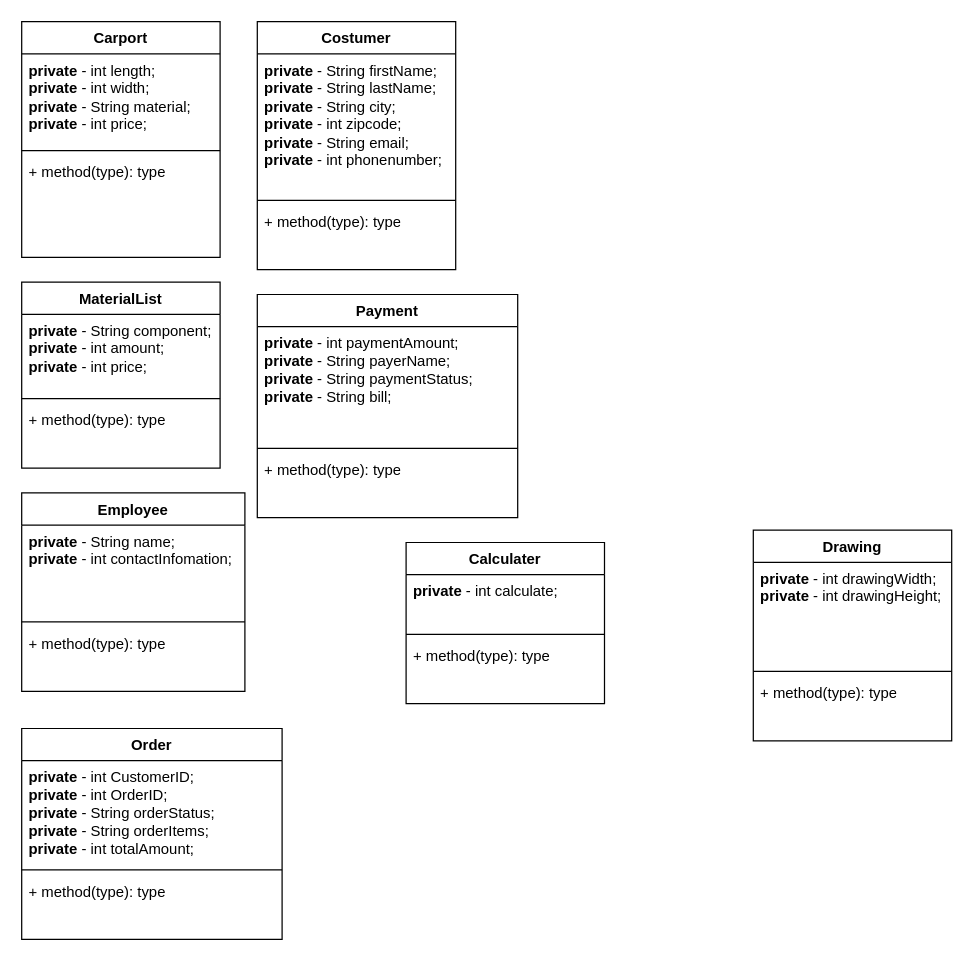
Earlier version of the draw.io diagram src/main/resources/diagrams/class diagram.drawio (RodneyMuyanga/2.-semesterprojekt-FOG). Source tidied: cells renumbered, new cells numbered last; positions are measured from the earlier drawing's top-left corner, leaving out a move shared by most shapes. Both pictures are drawn from the tidied source at 124%, with x=0, y=0 at pixel (21, 21).
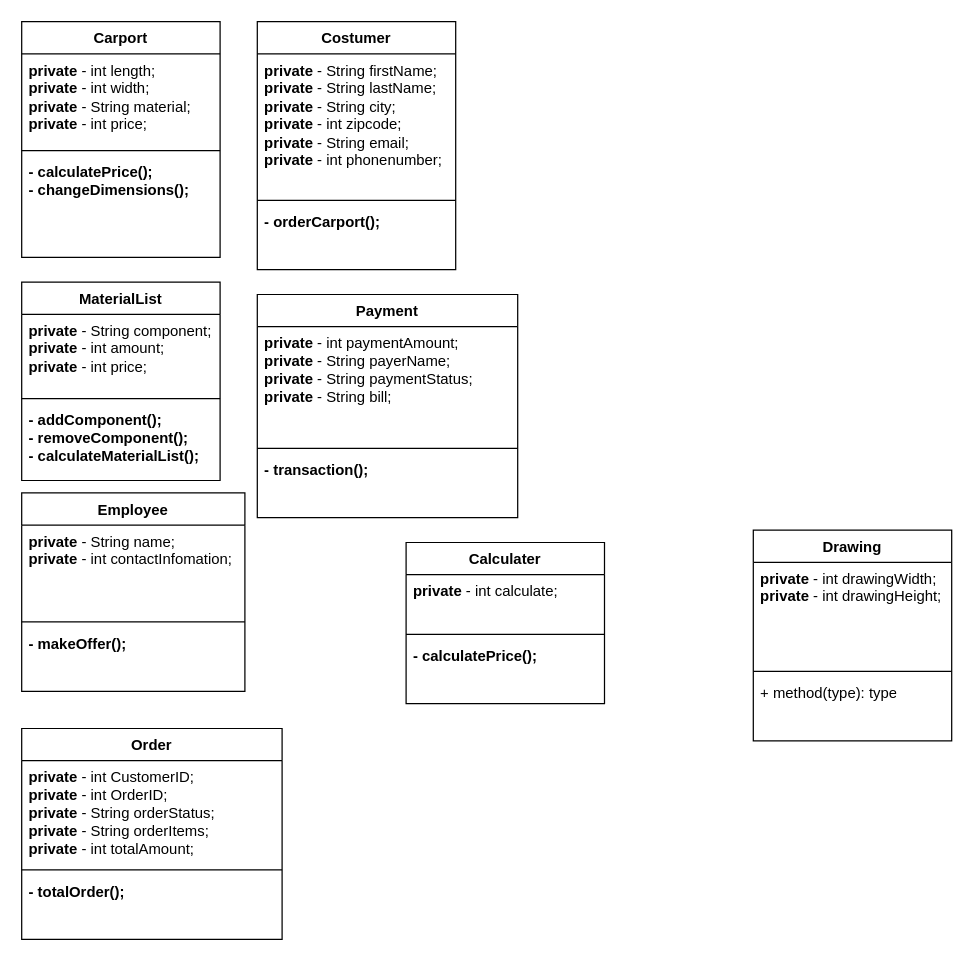
The same diagram, later.

Unchanged cells that the change refers to:
```xml
<mxCell id="2" value="Carport" style="swimlane;fontStyle=1;align=center;verticalAlign=top;horizontal=1;startSize=26;whiteSpace=wrap;html=1;" parent="1" vertex="1">
  <mxGeometry width="160" height="190" as="geometry" />
</mxCell>
<mxCell id="6" value="Costumer" style="swimlane;fontStyle=1;align=center;verticalAlign=top;horizontal=1;startSize=26;whiteSpace=wrap;html=1;" parent="1" vertex="1">
  <mxGeometry x="190" width="160" height="200" as="geometry" />
</mxCell>
<mxCell id="14" value="Payment" style="swimlane;fontStyle=1;align=center;verticalAlign=top;horizontal=1;startSize=26;whiteSpace=wrap;html=1;" parent="1" vertex="1">
  <mxGeometry x="190" y="220" width="210" height="180" as="geometry" />
</mxCell>
<mxCell id="18" value="Calculater" style="swimlane;fontStyle=1;align=center;verticalAlign=top;horizontal=1;startSize=26;whiteSpace=wrap;html=1;" parent="1" vertex="1">
  <mxGeometry x="310" y="420" width="160" height="130" as="geometry" />
</mxCell>
<mxCell id="22" value="Employee" style="swimlane;fontStyle=1;align=center;verticalAlign=top;horizontal=1;startSize=26;whiteSpace=wrap;html=1;" parent="1" vertex="1">
  <mxGeometry y="380" width="180" height="160" as="geometry" />
</mxCell>
<mxCell id="26" value="Order" style="swimlane;fontStyle=1;align=center;verticalAlign=top;horizontal=1;startSize=26;whiteSpace=wrap;html=1;" parent="1" vertex="1">
  <mxGeometry y="570" width="210" height="170" as="geometry" />
</mxCell>
```

What changed in the source:
```diff
@@
-    <mxCell id="5" value="+ method(type): type" style="text;strokeColor=none;fillColor=none;align=left;verticalAlign=top;spacingLeft=4;spacingRight=4;overflow=hidden;whiteSpace=wrap;html=1;" parent="2" vertex="1">
+    <mxCell id="5" value="&lt;div&gt;&lt;b&gt;- calculatePrice();&lt;/b&gt;&lt;/div&gt;&lt;div&gt;&lt;b&gt;- changeDimensions();&lt;br&gt;&lt;/b&gt;&lt;/div&gt;" style="text;strokeColor=none;fillColor=none;align=left;verticalAlign=top;spacingLeft=4;spacingRight=4;overflow=hidden;whiteSpace=wrap;html=1;" parent="2" vertex="1">
       <mxGeometry y="108" width="160" height="82" as="geometry" />
     </mxCell>
@@
-    <mxCell id="9" value="+ method(type): type" style="text;strokeColor=none;fillColor=none;align=left;verticalAlign=top;spacingLeft=4;spacingRight=4;overflow=hidden;whiteSpace=wrap;html=1;" parent="6" vertex="1">
+    <mxCell id="9" value="&lt;b&gt;- orderCarport();&lt;/b&gt;" style="text;strokeColor=none;fillColor=none;align=left;verticalAlign=top;spacingLeft=4;spacingRight=4;overflow=hidden;whiteSpace=wrap;html=1;" parent="6" vertex="1">
       <mxGeometry y="148" width="160" height="52" as="geometry" />
     </mxCell>
     <mxCell id="10" value="MaterialList" style="swimlane;fontStyle=1;align=center;verticalAlign=top;horizontal=1;startSize=26;whiteSpace=wrap;html=1;" parent="1" vertex="1">
-      <mxGeometry y="210" width="160" height="150" as="geometry" />
+      <mxGeometry y="210" width="160" height="160" as="geometry" />
     </mxCell>
@@
-    <mxCell id="13" value="+ method(type): type" style="text;strokeColor=none;fillColor=none;align=left;verticalAlign=top;spacingLeft=4;spacingRight=4;overflow=hidden;whiteSpace=wrap;html=1;" parent="10" vertex="1">
-      <mxGeometry y="98" width="160" height="52" as="geometry" />
+    <mxCell id="13" value="&lt;div&gt;&lt;b&gt;- addComponent();&lt;/b&gt;&lt;/div&gt;&lt;div&gt;&lt;b&gt;- removeComponent();&lt;/b&gt;&lt;/div&gt;&lt;div&gt;&lt;b&gt;- calculateMaterialList();&lt;br&gt;&lt;/b&gt;&lt;/div&gt;&lt;div&gt;&lt;b&gt;&lt;br&gt;&lt;br&gt;&lt;/b&gt;&lt;/div&gt;" style="text;strokeColor=none;fillColor=none;align=left;verticalAlign=top;spacingLeft=4;spacingRight=4;overflow=hidden;whiteSpace=wrap;html=1;" parent="10" vertex="1">
+      <mxGeometry y="98" width="160" height="62" as="geometry" />
     </mxCell>
@@
-    <mxCell id="17" value="+ method(type): type" style="text;strokeColor=none;fillColor=none;align=left;verticalAlign=top;spacingLeft=4;spacingRight=4;overflow=hidden;whiteSpace=wrap;html=1;" parent="14" vertex="1">
+    <mxCell id="17" value="&lt;b&gt;- transaction();&lt;br&gt;&lt;/b&gt;" style="text;strokeColor=none;fillColor=none;align=left;verticalAlign=top;spacingLeft=4;spacingRight=4;overflow=hidden;whiteSpace=wrap;html=1;" parent="14" vertex="1">
       <mxGeometry y="128" width="210" height="52" as="geometry" />
     </mxCell>
@@
-    <mxCell id="21" value="+ method(type): type" style="text;strokeColor=none;fillColor=none;align=left;verticalAlign=top;spacingLeft=4;spacingRight=4;overflow=hidden;whiteSpace=wrap;html=1;" parent="18" vertex="1">
+    <mxCell id="21" value="&lt;b&gt;- calculatePrice();&lt;br&gt;&lt;/b&gt;" style="text;strokeColor=none;fillColor=none;align=left;verticalAlign=top;spacingLeft=4;spacingRight=4;overflow=hidden;whiteSpace=wrap;html=1;" parent="18" vertex="1">
       <mxGeometry y="78" width="160" height="52" as="geometry" />
     </mxCell>
@@
-    <mxCell id="25" value="+ method(type): type" style="text;strokeColor=none;fillColor=none;align=left;verticalAlign=top;spacingLeft=4;spacingRight=4;overflow=hidden;whiteSpace=wrap;html=1;" parent="22" vertex="1">
+    <mxCell id="25" value="&lt;b&gt;- makeOffer();&lt;br&gt;&lt;/b&gt;" style="text;strokeColor=none;fillColor=none;align=left;verticalAlign=top;spacingLeft=4;spacingRight=4;overflow=hidden;whiteSpace=wrap;html=1;" parent="22" vertex="1">
       <mxGeometry y="108" width="180" height="52" as="geometry" />
     </mxCell>
@@
-    <mxCell id="29" value="+ method(type): type" style="text;strokeColor=none;fillColor=none;align=left;verticalAlign=top;spacingLeft=4;spacingRight=4;overflow=hidden;whiteSpace=wrap;html=1;" parent="26" vertex="1">
+    <mxCell id="29" value="&lt;div&gt;&lt;b&gt;- totalOrder();&lt;/b&gt;&lt;/div&gt;" style="text;strokeColor=none;fillColor=none;align=left;verticalAlign=top;spacingLeft=4;spacingRight=4;overflow=hidden;whiteSpace=wrap;html=1;" parent="26" vertex="1">
       <mxGeometry y="118" width="210" height="52" as="geometry" />
     </mxCell>
```
